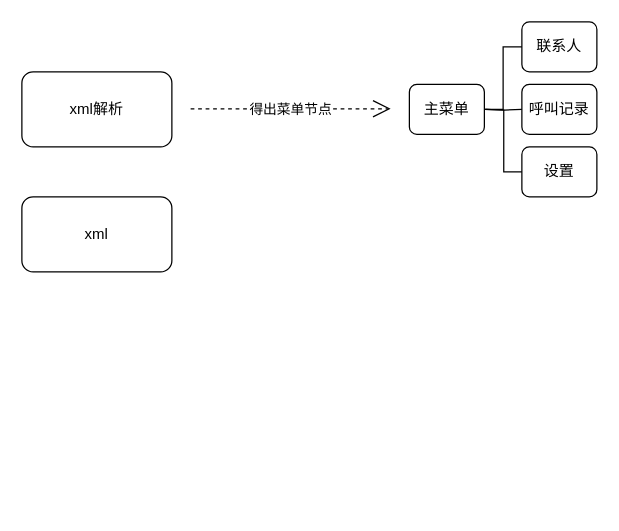
Above: page "第 12 页" (12 of 12) of D9.drawio in liyunhao2/technology (draw.io), before the change. Source tidied: cells renumbered, new cells numbered last; positions are measured from the earlier drawing's top-left corner, leaving out a move shared by most shapes. Both pictures are drawn from the tidied source at 125%, with x=0, y=0 at pixel (21, 21).
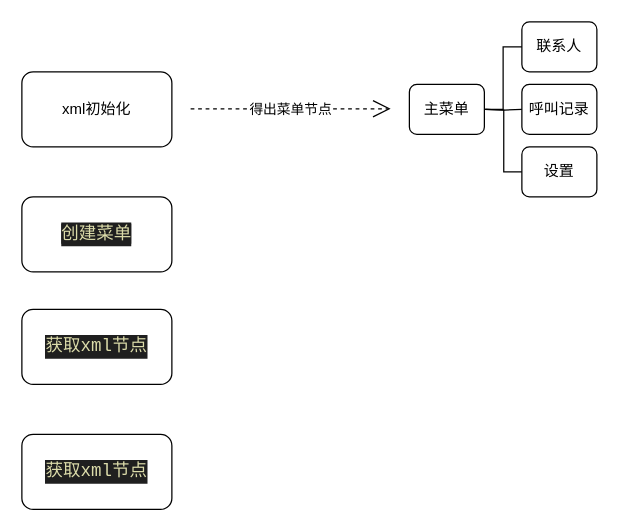
Above is the later version.

Diff of the diagram source:
```diff
@@
 <mxGraphModel>
   <root>
     <mxCell id="0" />
     <mxCell id="1" parent="0" />
-    <mxCell id="2" value="xml解析" style="rounded=1;whiteSpace=wrap;html=1;" parent="1" vertex="1">
+    <mxCell id="2" value="xml初始化" style="rounded=1;whiteSpace=wrap;html=1;" parent="1" vertex="1">
       <mxGeometry y="40" width="120" height="60" as="geometry" />
     </mxCell>
     <mxCell id="3" value="得出菜单节点" style="endArrow=open;endSize=12;dashed=1;html=1;rounded=0;edgeStyle=orthogonalEdgeStyle;" parent="1" edge="1">
       <mxGeometry relative="1" as="geometry">
         <mxPoint x="135" y="69.5" as="sourcePoint" />
         <mxPoint x="295" y="69.5" as="targetPoint" />
       </mxGeometry>
     </mxCell>
     <mxCell id="4" value="主菜单" style="rounded=1;whiteSpace=wrap;html=1;" parent="1" vertex="1">
       <mxGeometry x="310" y="50" width="60" height="40" as="geometry" />
     </mxCell>
     <mxCell id="5" value="联系人" style="rounded=1;whiteSpace=wrap;html=1;" parent="1" vertex="1">
       <mxGeometry x="400" width="60" height="40" as="geometry" />
     </mxCell>
     <mxCell id="6" value="呼叫记录" style="rounded=1;whiteSpace=wrap;html=1;" parent="1" vertex="1">
       <mxGeometry x="400" y="50" width="60" height="40" as="geometry" />
     </mxCell>
     <mxCell id="7" value="设置" style="rounded=1;whiteSpace=wrap;html=1;" parent="1" vertex="1">
       <mxGeometry x="400" y="100" width="60" height="40" as="geometry" />
     </mxCell>
     <mxCell id="8" style="endArrow=none;html=1;rounded=0;edgeStyle=orthogonalEdgeStyle;entryX=0;entryY=0.5;entryDx=0;entryDy=0;" parent="1" edge="1" target="7">
       <mxGeometry relative="1" as="geometry">
         <mxPoint x="370" y="70" as="sourcePoint" />
       </mxGeometry>
     </mxCell>
     <mxCell id="9" style="endArrow=none;html=1;rounded=0;edgeStyle=orthogonalEdgeStyle;entryX=0;entryY=0.5;entryDx=0;entryDy=0;exitX=1;exitY=0.5;exitDx=0;exitDy=0;" parent="1" edge="1" source="4" target="5">
       <mxGeometry relative="1" as="geometry" />
     </mxCell>
     <mxCell id="10" style="endArrow=none;html=1;rounded=0;edgeStyle=orthogonalEdgeStyle;entryX=0;entryY=0.5;entryDx=0;entryDy=0;" parent="1" edge="1" target="6">
       <mxGeometry relative="1" as="geometry">
         <mxPoint x="371" y="70" as="sourcePoint" />
       </mxGeometry>
     </mxCell>
-    <mxCell id="11" value="xml" style="rounded=1;whiteSpace=wrap;html=1;" parent="1" vertex="1">
+    <mxCell id="11" value="&lt;div style=&quot;color: rgb(204, 204, 204); background-color: rgb(31, 31, 31); font-family: Consolas, &amp;quot;Courier New&amp;quot;, monospace; font-size: 14px; line-height: 19px; white-space: pre;&quot;&gt;&lt;span style=&quot;color: light-dark(rgb(220, 220, 170), rgb(54, 54, 11)); background-color: light-dark(rgb(31, 31, 31), rgb(210, 210, 210));&quot;&gt;创建菜单&lt;/span&gt;&lt;br&gt;&lt;/div&gt;" style="rounded=1;whiteSpace=wrap;html=1;" parent="1" vertex="1">
       <mxGeometry y="140" width="120" height="60" as="geometry" />
     </mxCell>
+    <mxCell id="12" value="&lt;div style=&quot;background-color: rgb(31, 31, 31); font-family: Consolas, &amp;quot;Courier New&amp;quot;, monospace; font-size: 14px; line-height: 19px; white-space: pre; color: rgb(204, 204, 204);&quot;&gt;&lt;font color=&quot;#dcdcaa&quot;&gt;获取xml节点&lt;/font&gt;&lt;/div&gt;" style="rounded=1;whiteSpace=wrap;html=1;" parent="1" vertex="1">
+      <mxGeometry y="230" width="120" height="60" as="geometry" />
+    </mxCell>
+    <mxCell id="13" value="&lt;div style=&quot;background-color: rgb(31, 31, 31); font-family: Consolas, &amp;quot;Courier New&amp;quot;, monospace; font-size: 14px; line-height: 19px; white-space: pre; color: rgb(204, 204, 204);&quot;&gt;&lt;font color=&quot;#dcdcaa&quot;&gt;获取xml节点&lt;/font&gt;&lt;/div&gt;" style="rounded=1;whiteSpace=wrap;html=1;" parent="1" vertex="1">
+      <mxGeometry y="330" width="120" height="60" as="geometry" />
+    </mxCell>
   </root>
 </mxGraphModel>
```
